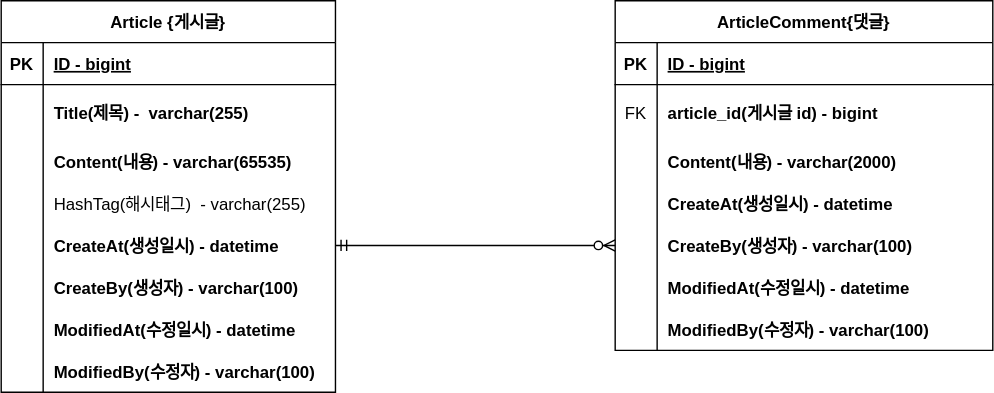
SeyeolPark/fastcampus-project-board keeps this draw.io diagram as document/project-board-erd.svg. Above is the earlier version. Source tidied: cells renumbered, new cells last; positions are measured from the earlier drawing's top-left corner, leaving out a move shared by most shapes.
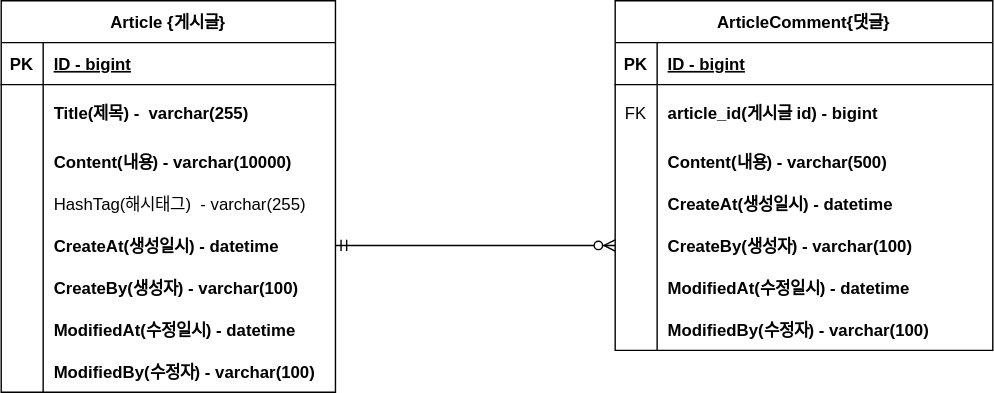
Above is the later version.

Commit message:
#10 - ERD 업데이트 : content 사이즈 변경

The edit, as a diff of the source:
```diff
@@ -29,7 +29,7 @@
     <mxCell id="10" style="shape=partialRectangle;fillColor=none;top=0;left=0;bottom=0;right=0;overflow=hidden;" parent="9" vertex="1">
       <mxGeometry width="30" height="30" as="geometry" />
     </mxCell>
-    <mxCell id="11" value="Content(내용) - varchar(65535)" style="shape=partialRectangle;fillColor=none;top=0;left=0;bottom=0;right=0;align=left;spacingLeft=6;overflow=hidden;fontStyle=1;" parent="9" vertex="1">
+    <mxCell id="11" value="Content(내용) - varchar(10000)" style="shape=partialRectangle;fillColor=none;top=0;left=0;bottom=0;right=0;align=left;spacingLeft=6;overflow=hidden;fontStyle=1;" parent="9" vertex="1">
       <mxGeometry x="30" width="209" height="30" as="geometry" />
     </mxCell>
     <mxCell id="12" style="shape=tableRow;horizontal=0;startSize=0;swimlaneHead=0;swimlaneBody=0;fillColor=none;top=0;left=0;right=0;bottom=0;" parent="2" vertex="1">
@@ -104,7 +104,7 @@
     <mxCell id="35" style="shape=partialRectangle;fillColor=none;top=0;left=0;bottom=0;right=0;overflow=hidden;" parent="34" vertex="1">
       <mxGeometry width="30" height="30" as="geometry" />
     </mxCell>
-    <mxCell id="36" value="Content(내용) - varchar(2000)" style="shape=partialRectangle;fillColor=none;top=0;left=0;bottom=0;right=0;align=left;spacingLeft=6;overflow=hidden;fontStyle=1;" parent="34" vertex="1">
+    <mxCell id="36" value="Content(내용) - varchar(500)" style="shape=partialRectangle;fillColor=none;top=0;left=0;bottom=0;right=0;align=left;spacingLeft=6;overflow=hidden;fontStyle=1;" parent="34" vertex="1">
       <mxGeometry x="30" width="240" height="30" as="geometry" />
     </mxCell>
     <mxCell id="37" style="shape=tableRow;horizontal=0;startSize=0;swimlaneHead=0;swimlaneBody=0;fillColor=none;top=0;left=0;right=0;bottom=0;" parent="27" vertex="1">
```
